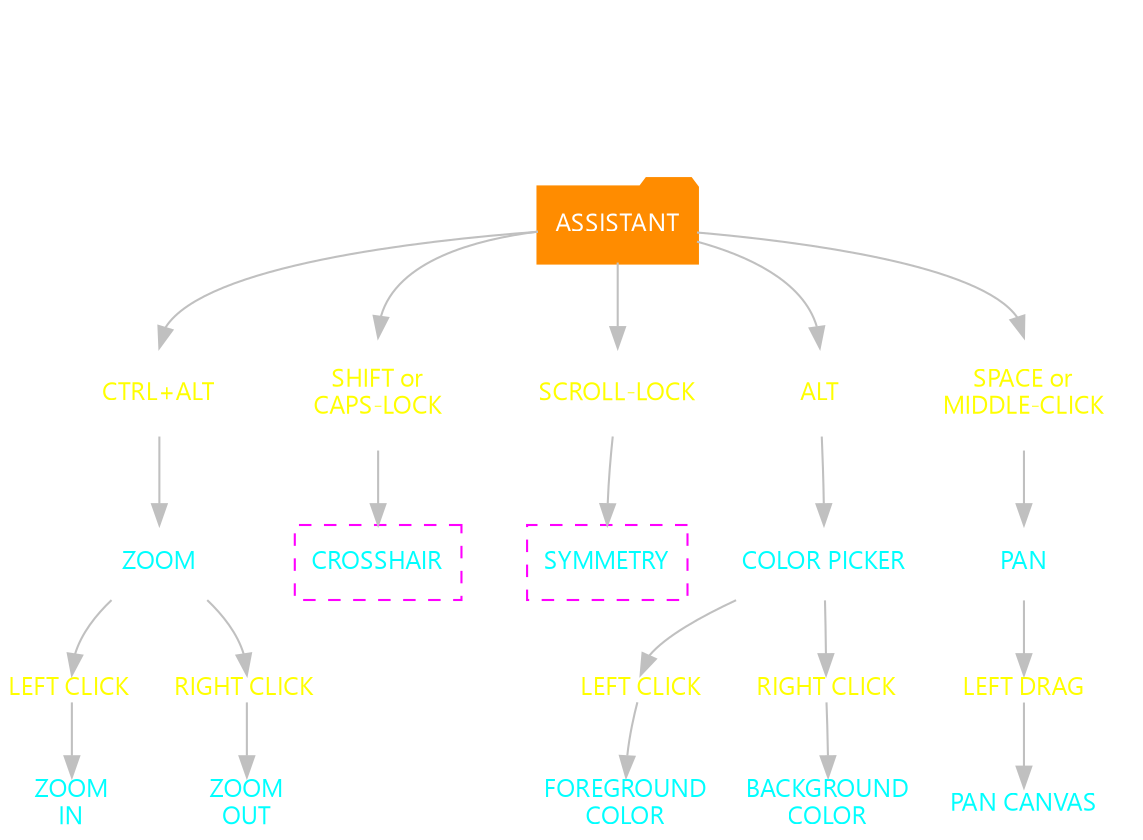
Earlier version of the Graphviz export PLANS/diagrams/UTILITIES/ASSISTANTS-STATES.png (grymmjack/DRAW). Its source is kept beside it as PLANS/diagrams/UTILITIES/ASSISTANTS-STATES.DOT. The source it was exported from:
```dot
strict digraph G {
    label=" \n DRAW UI ASSISTANT STATES \n " labelloc=t labeljust=c
    fontcolor=white fontsize=24.0 fontname="Cascadia Code PL"
    splines=true
    bgcolor=transparent

	edge [
		color=gray arrowhead=none arrowtail=none
        headport=n

	];
  	node [
  		color=white shape=rect
  		fontname="Cascadia Code PL", fontsize=12.0, fontcolor=cyan
  	];

    { node [shape=folder color=darkorange penwidth=2 fontcolor=white style=filled]; ASSISTANT }

    { edge [arrowhead=normal]; node [shape=rect];
        ASSISTANT -> { node [shape=rect fontcolor=yellow margin=0.2 style=rounded]; "CTRL+ALT" } -> ZOOM
        ASSISTANT -> { node [shape=box3d fontcolor=yellow margin=0.2]; "SHIFT or\nCAPS-LOCK" } -> { node [shape=rect color=magenta style=dashed]; CROSSHAIR }
        ASSISTANT -> { node [shape=box3d fontcolor=yellow margin=0.2]; "SCROLL-LOCK" } -> { node [shape=rect color=magenta style=dashed]; SYMMETRY }
        ASSISTANT -> { node [shape=rect fontcolor=yellow margin=0.2 style=rounded]; ALT } -> "COLOR PICKER"
        ASSISTANT -> { node [shape=rect fontcolor=yellow margin=0.2 style=rounded]; "SPACE or\nMIDDLE-CLICK" } -> PAN
        { node [shape=plain];
            "COLOR PICKER" -> { node [fontcolor=yellow]; "LEFT CLICK" } -> "FOREGROUND\nCOLOR"
            "COLOR PICKER" -> { node [fontcolor=yellow]; "RIGHT CLICK" } -> "BACKGROUND\nCOLOR"
            ZOOM -> { node [fontcolor=yellow]; "LEFT CLICK " } -> "ZOOM\nIN"
            ZOOM -> { node [fontcolor=yellow]; "RIGHT CLICK " } -> "ZOOM\nOUT"
            PAN -> { node [fontcolor=yellow]; "LEFT DRAG" } -> "PAN CANVAS"
          }
    }
}
```
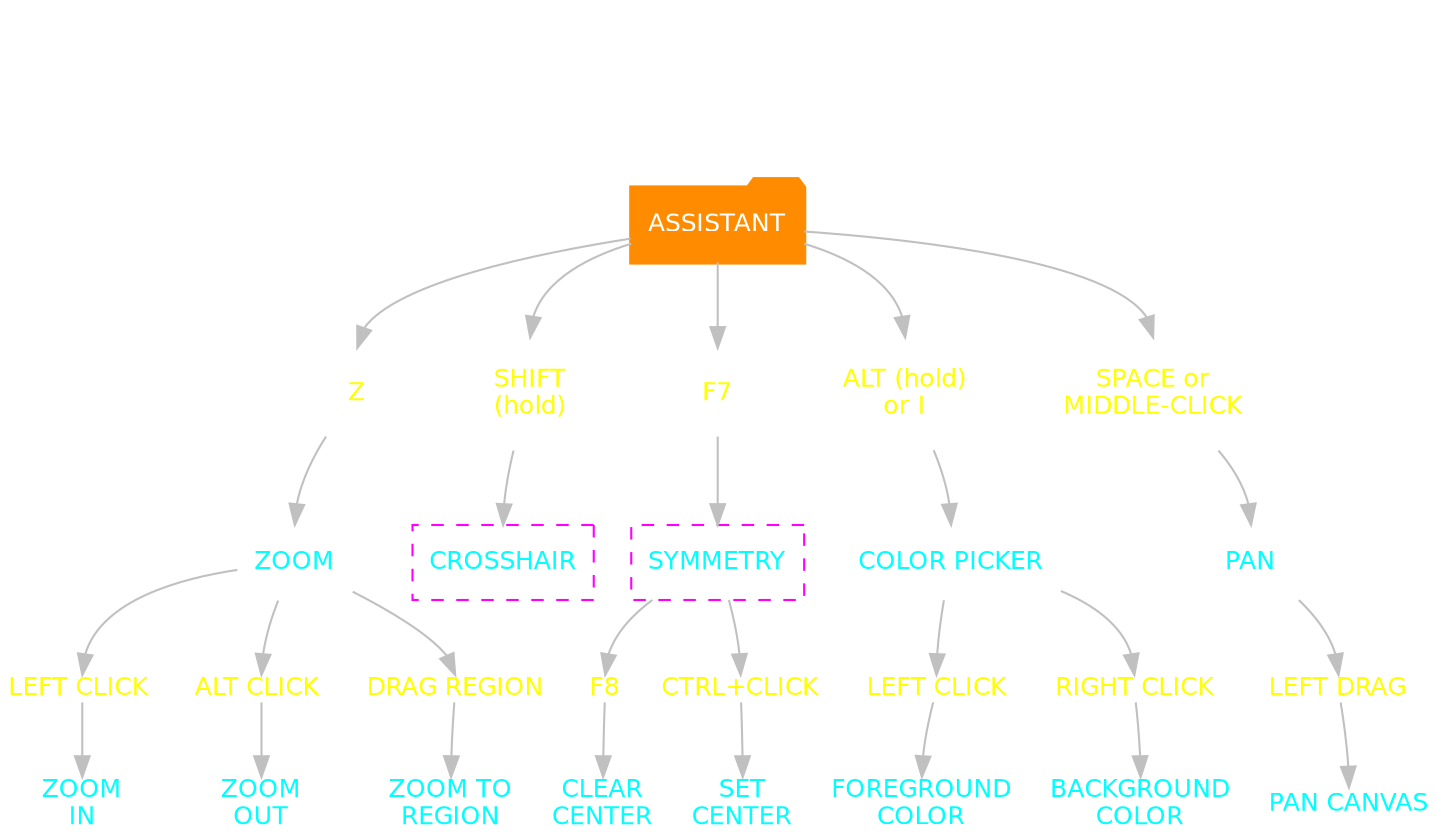
The same file after the commit.

Change to the diagram source:
```diff
@@ -17,16 +17,19 @@
     { node [shape=folder color=darkorange penwidth=2 fontcolor=white style=filled]; ASSISTANT }
 
     { edge [arrowhead=normal]; node [shape=rect];
-        ASSISTANT -> { node [shape=rect fontcolor=yellow margin=0.2 style=rounded]; "CTRL+ALT" } -> ZOOM
-        ASSISTANT -> { node [shape=box3d fontcolor=yellow margin=0.2]; "SHIFT or\nCAPS-LOCK" } -> { node [shape=rect color=magenta style=dashed]; CROSSHAIR }
-        ASSISTANT -> { node [shape=box3d fontcolor=yellow margin=0.2]; "SCROLL-LOCK" } -> { node [shape=rect color=magenta style=dashed]; SYMMETRY }
-        ASSISTANT -> { node [shape=rect fontcolor=yellow margin=0.2 style=rounded]; ALT } -> "COLOR PICKER"
+        ASSISTANT -> { node [shape=rect fontcolor=yellow margin=0.2 style=rounded]; "Z" } -> ZOOM
+        ASSISTANT -> { node [shape=box3d fontcolor=yellow margin=0.2]; "SHIFT\n(hold)" } -> { node [shape=rect color=magenta style=dashed]; CROSSHAIR }
+        ASSISTANT -> { node [shape=box3d fontcolor=yellow margin=0.2]; "F7" } -> { node [shape=rect color=magenta style=dashed]; SYMMETRY }
+        ASSISTANT -> { node [shape=rect fontcolor=yellow margin=0.2 style=rounded]; "ALT (hold)\nor I" } -> "COLOR PICKER"
         ASSISTANT -> { node [shape=rect fontcolor=yellow margin=0.2 style=rounded]; "SPACE or\nMIDDLE-CLICK" } -> PAN
         { node [shape=plain];
             "COLOR PICKER" -> { node [fontcolor=yellow]; "LEFT CLICK" } -> "FOREGROUND\nCOLOR"
             "COLOR PICKER" -> { node [fontcolor=yellow]; "RIGHT CLICK" } -> "BACKGROUND\nCOLOR"
             ZOOM -> { node [fontcolor=yellow]; "LEFT CLICK " } -> "ZOOM\nIN"
-            ZOOM -> { node [fontcolor=yellow]; "RIGHT CLICK " } -> "ZOOM\nOUT"
+            ZOOM -> { node [fontcolor=yellow]; "ALT CLICK " } -> "ZOOM\nOUT"
+            ZOOM -> { node [fontcolor=yellow]; "DRAG REGION" } -> "ZOOM TO\nREGION"
+            SYMMETRY -> { node [fontcolor=yellow]; "F8" } -> "CLEAR\nCENTER"
+            SYMMETRY -> { node [fontcolor=yellow]; "CTRL+CLICK" } -> "SET\nCENTER"
             PAN -> { node [fontcolor=yellow]; "LEFT DRAG" } -> "PAN CANVAS"
           }
     }
```
